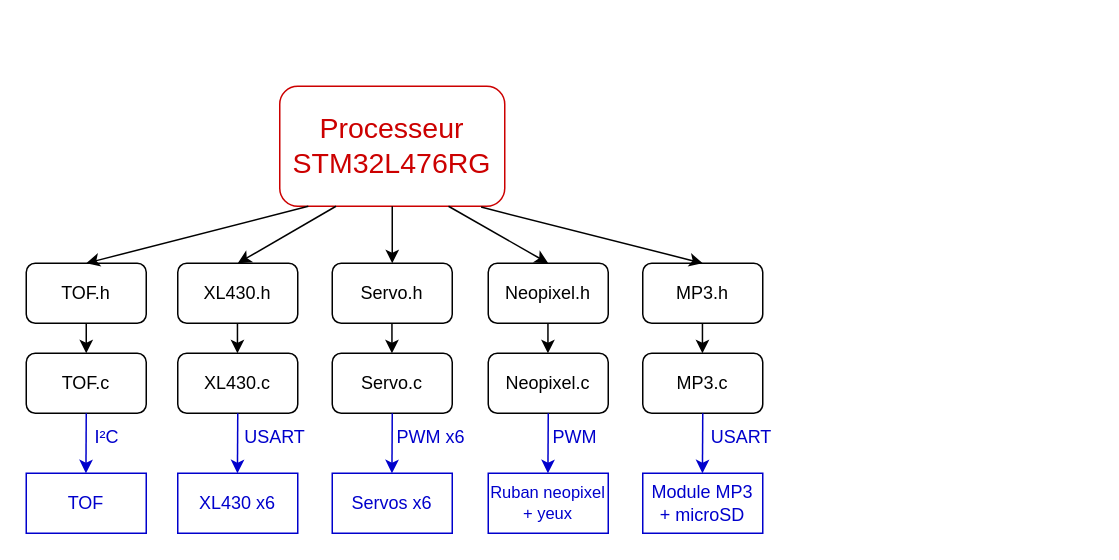
Before: Gestion de projet/archi_code.drawio in mael-lukas/2425_Projet2A_Animatronic, a draw.io diagram. Source tidied: cells renumbered, new cells numbered last; positions are measured from the earlier drawing's top-left corner, leaving out a move shared by most shapes. Both pictures are drawn from the tidied source at 150%, with x=0, y=0 at pixel (26, 86).
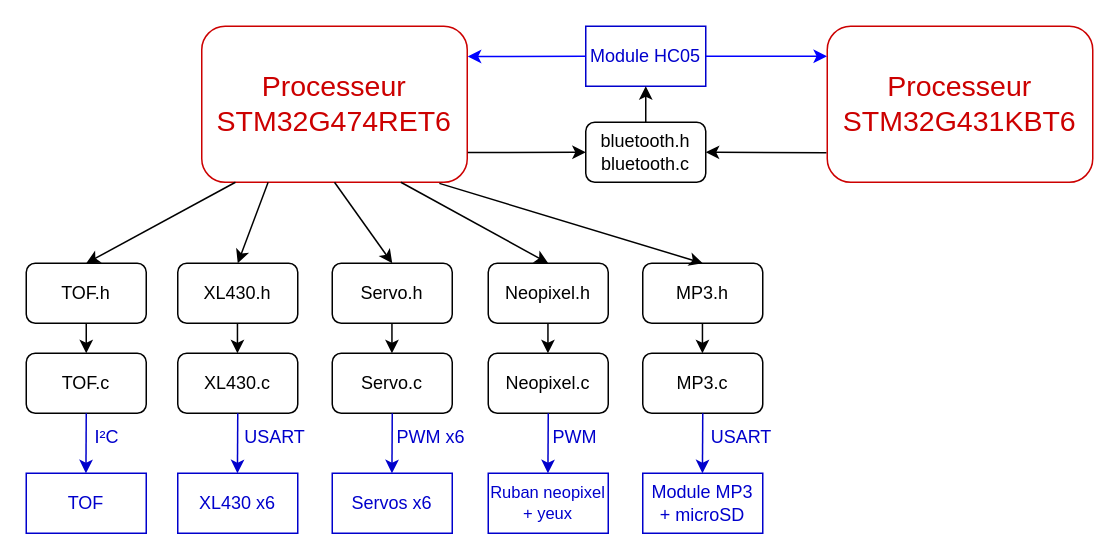
The same diagram, later.

What changed in the source:
```diff
@@
-    <mxCell id="2" value="&lt;div style=&quot;font-size: 19px;&quot;&gt;&lt;font style=&quot;font-size: 19px;&quot; color=&quot;#cc0000&quot;&gt;Processeur&lt;/font&gt;&lt;/div&gt;&lt;div style=&quot;font-size: 19px;&quot;&gt;&lt;font style=&quot;font-size: 19px;&quot; color=&quot;#cc0000&quot;&gt;STM32L476RG&lt;/font&gt;&lt;font style=&quot;font-size: 19px;&quot; color=&quot;#cc0000&quot;&gt;&lt;br&gt;&lt;/font&gt;&lt;/div&gt;" style="rounded=1;whiteSpace=wrap;html=1;strokeColor=#CC0000;" parent="1" vertex="1">
-      <mxGeometry x="169" width="150" height="80" as="geometry" />
+    <mxCell id="2" value="&lt;div style=&quot;font-size: 19px;&quot;&gt;&lt;font style=&quot;font-size: 19px;&quot; color=&quot;#cc0000&quot;&gt;Processeur&lt;/font&gt;&lt;/div&gt;&lt;div style=&quot;font-size: 19px;&quot;&gt;&lt;font style=&quot;font-size: 19px;&quot; color=&quot;#cc0000&quot;&gt;STM32G474RET6&lt;/font&gt;&lt;font style=&quot;font-size: 19px;&quot; color=&quot;#cc0000&quot;&gt;&lt;br&gt;&lt;/font&gt;&lt;/div&gt;" style="rounded=1;whiteSpace=wrap;html=1;strokeColor=#CC0000;" parent="1" vertex="1">
+      <mxGeometry x="117" y="-40" width="177" height="104" as="geometry" />
     </mxCell>
@@
+    <mxCell id="38" value="&lt;div style=&quot;font-size: 19px;&quot;&gt;&lt;font style=&quot;font-size: 19px;&quot; color=&quot;#cc0000&quot;&gt;Processeur&lt;/font&gt;&lt;/div&gt;&lt;div style=&quot;font-size: 19px;&quot;&gt;&lt;font style=&quot;font-size: 19px;&quot; color=&quot;#cc0000&quot;&gt;STM32G431KBT6&lt;/font&gt;&lt;font style=&quot;font-size: 19px;&quot; color=&quot;#cc0000&quot;&gt;&lt;br&gt;&lt;/font&gt;&lt;/div&gt;" style="rounded=1;whiteSpace=wrap;html=1;strokeColor=#CC0000;" parent="1" vertex="1">
+      <mxGeometry x="534" y="-40" width="177" height="104" as="geometry" />
+    </mxCell>
+    <mxCell id="39" value="&lt;font color=&quot;#0000cc&quot;&gt;Module HC05&lt;/font&gt;" style="rounded=0;whiteSpace=wrap;html=1;strokeColor=#0000CC;" parent="1" vertex="1">
+      <mxGeometry x="373" y="-40" width="80" height="40" as="geometry" />
+    </mxCell>
+    <mxCell id="40" style="endArrow=classic;html=1;rounded=0;exitX=1;exitY=0.5;exitDx=0;exitDy=0;entryX=-0.001;entryY=0.192;entryDx=0;entryDy=0;entryPerimeter=0;strokeColor=#0000FF;" parent="1" edge="1" source="39" target="38">
+      <mxGeometry relative="1" as="geometry" />
+    </mxCell>
+    <mxCell id="41" style="endArrow=classic;html=1;rounded=0;exitX=0;exitY=0.5;exitDx=0;exitDy=0;strokeColor=#0000FF;entryX=1.002;entryY=0.194;entryDx=0;entryDy=0;entryPerimeter=0;" parent="1" edge="1" source="39" target="2">
+      <mxGeometry relative="1" as="geometry" />
+    </mxCell>
+    <mxCell id="42" value="&lt;div&gt;bluetooth.h&lt;/div&gt;&lt;div&gt;bluetooth.c&lt;/div&gt;" style="rounded=1;whiteSpace=wrap;html=1;" parent="1" vertex="1">
+      <mxGeometry x="373" y="24" width="80" height="40" as="geometry" />
+    </mxCell>
+    <mxCell id="43" style="endArrow=classic;html=1;rounded=0;entryX=0;entryY=0.5;entryDx=0;entryDy=0;exitX=1.002;exitY=0.81;exitDx=0;exitDy=0;exitPerimeter=0;" parent="1" edge="1" source="2" target="42">
+      <mxGeometry relative="1" as="geometry" />
+    </mxCell>
+    <mxCell id="44" style="endArrow=classic;html=1;rounded=0;entryX=1;entryY=0.5;entryDx=0;entryDy=0;exitX=-0.003;exitY=0.811;exitDx=0;exitDy=0;exitPerimeter=0;" parent="1" edge="1" source="38" target="42">
+      <mxGeometry relative="1" as="geometry" />
+    </mxCell>
+    <mxCell id="45" style="endArrow=classic;html=1;rounded=0;entryX=0.5;entryY=1;entryDx=0;entryDy=0;exitX=0.5;exitY=0;exitDx=0;exitDy=0;" parent="1" edge="1" source="42" target="39">
+      <mxGeometry relative="1" as="geometry" />
+    </mxCell>
```
